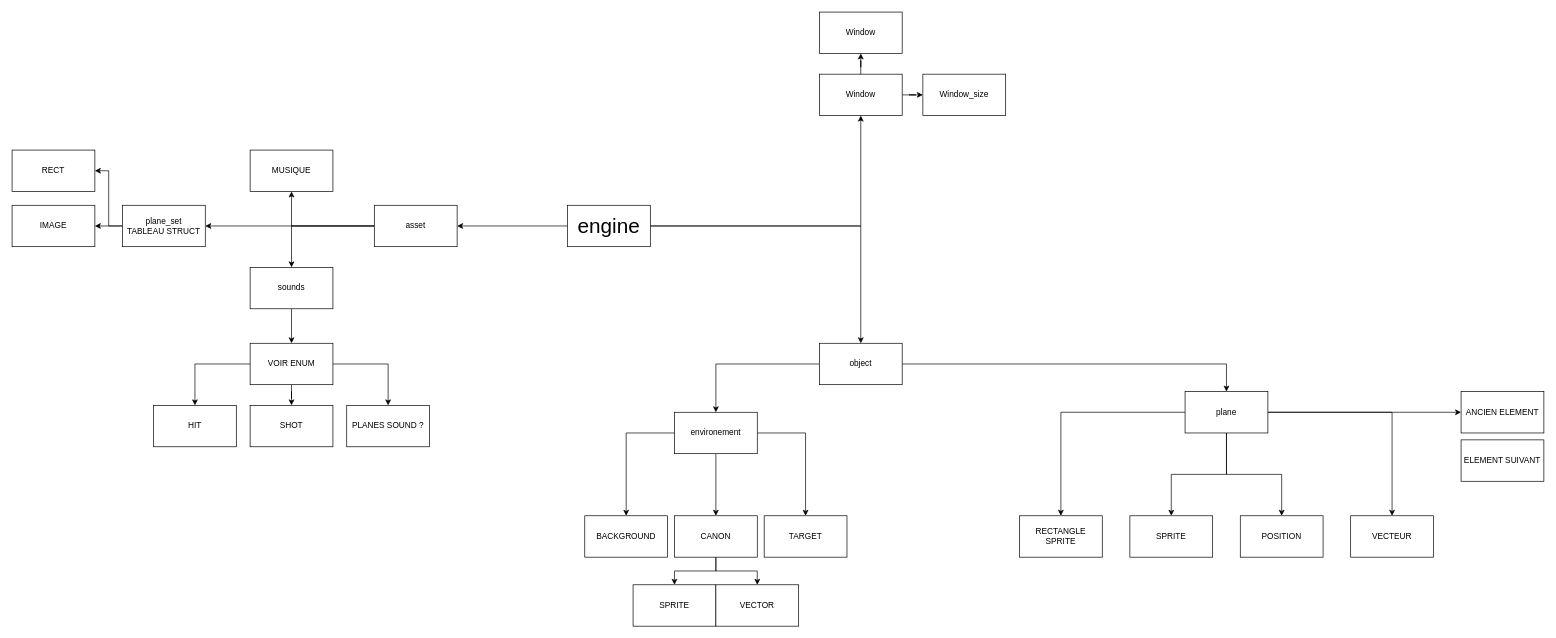
Before: my_Hunter.drawio in pierre1754/My-Hunter, a draw.io diagram. Source tidied: cells renumbered, new cells numbered last; positions are measured from the earlier drawing's top-left corner, leaving out a move shared by most shapes. Both pictures are drawn from the tidied source at 69%, with x=0, y=0 at pixel (12, 12).
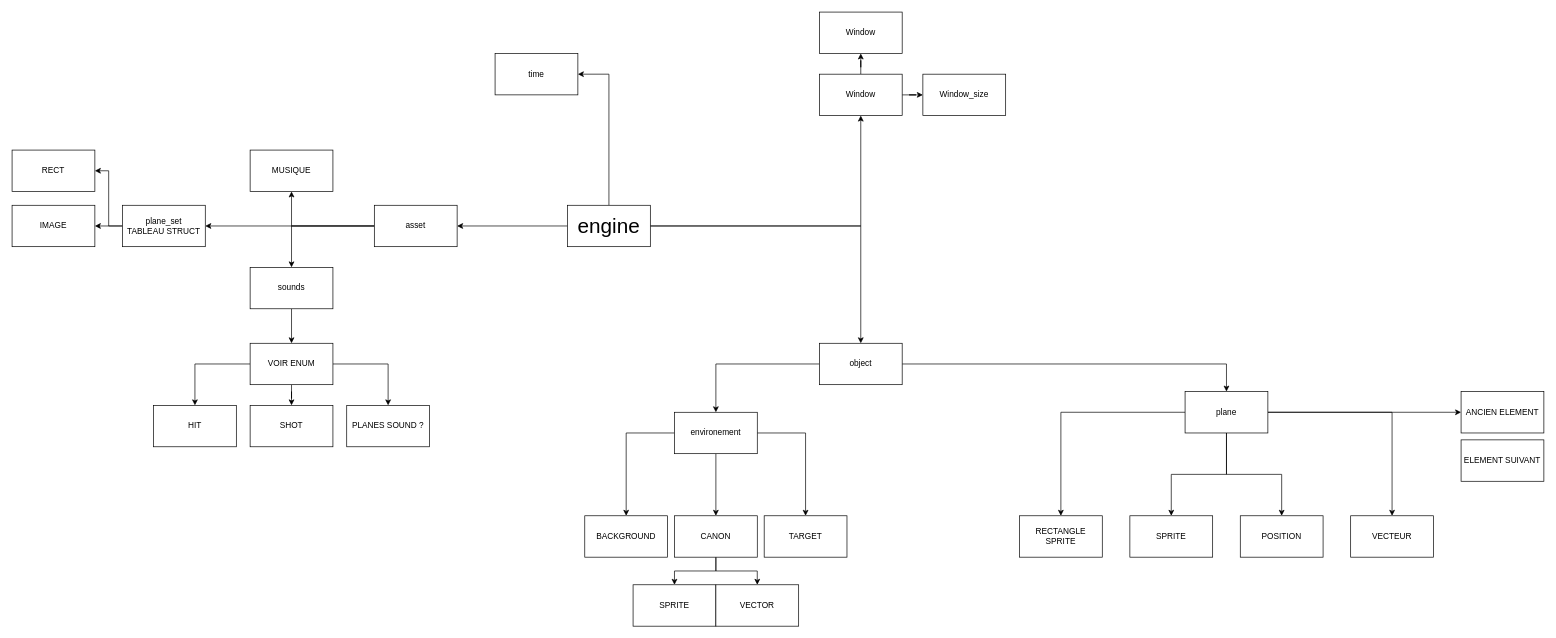
The same diagram, later.

The change refers to these unchanged cells:
```xml
<mxCell id="5" value="&lt;font size=&quot;1&quot;&gt;&lt;span style=&quot;background-color: rgb(255 , 255 , 255) ; font-size: 30px&quot;&gt;engine&lt;/span&gt;&lt;/font&gt;" style="rounded=0;whiteSpace=wrap;html=1;" parent="1" vertex="1">
  <mxGeometry x="805" y="280" width="120" height="60" as="geometry" />
</mxCell>
```

The edit, as a diff of the source:
```diff
@@
+    <mxCell id="56" style="edgeStyle=orthogonalEdgeStyle;rounded=0;jettySize=auto;html=1;entryX=1;entryY=0.5;entryDx=0;entryDy=0;" parent="1" edge="1" source="5" target="57">
+      <mxGeometry relative="1" as="geometry" />
+    </mxCell>
@@
+    <mxCell id="57" value="time" style="rounded=0;whiteSpace=wrap;html=1;" parent="1" vertex="1">
+      <mxGeometry x="700" y="60" width="120" height="60" as="geometry" />
+    </mxCell>
```
